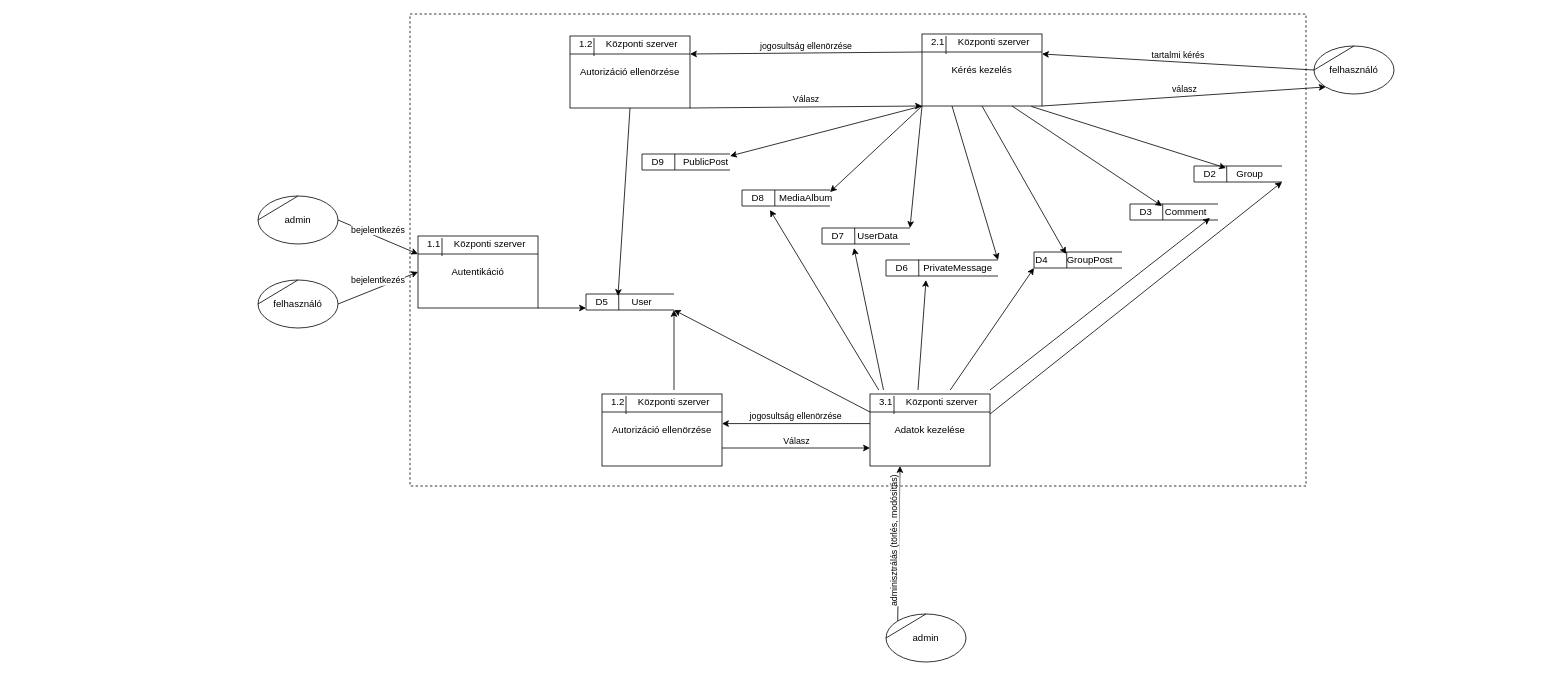
Earlier version of the draw.io diagram documentation/diagrams/adatfolyam 2.drawio (AasinR/post-request). Source tidied: cells renumbered, new cells numbered last; positions are measured from the earlier drawing's top-left corner, leaving out a move shared by most shapes. Both pictures are drawn from the tidied source at 80%, with x=0, y=0 at pixel (258, 14).
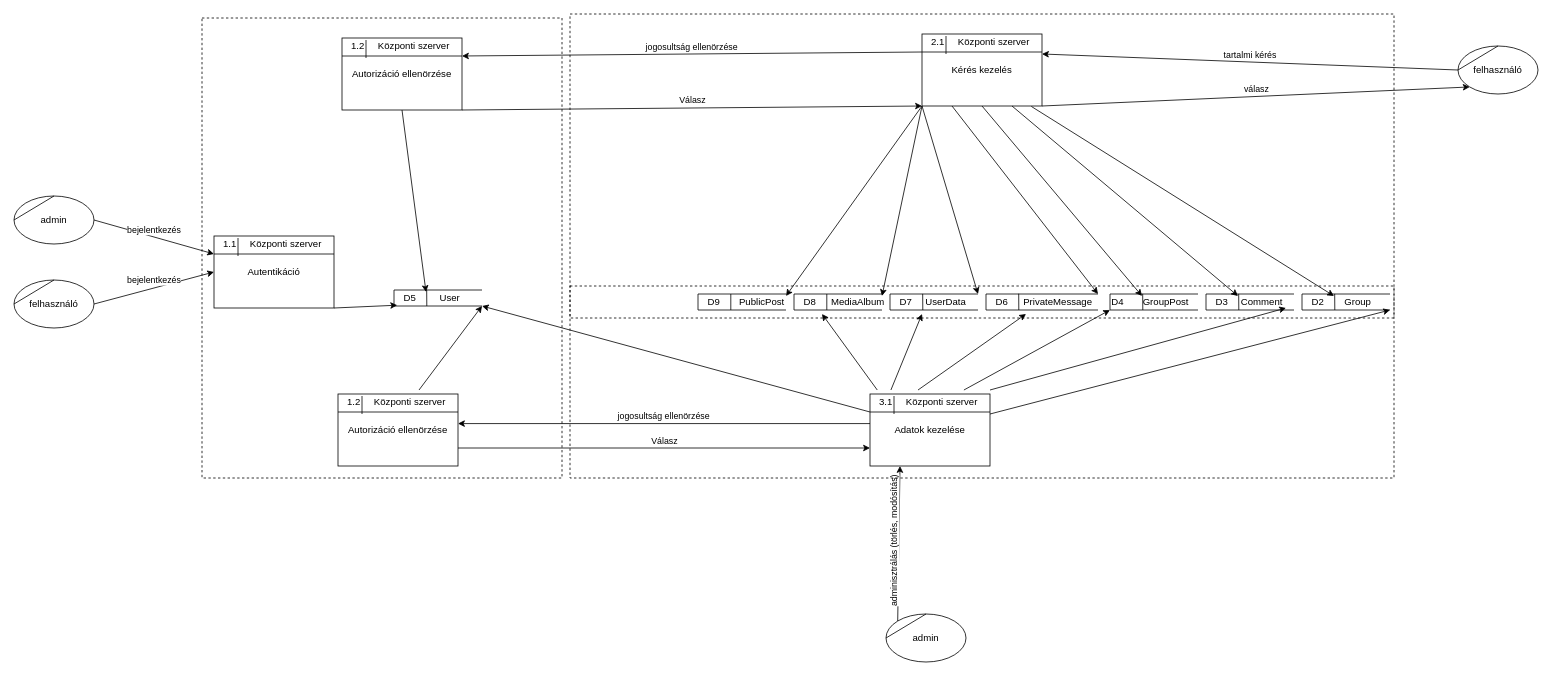
The same diagram, later.

Change to the diagram source:
```diff
@@
     <mxCell id="7" value="&lt;div&gt;felhasználó&lt;/div&gt;" style="ellipse;whiteSpace=wrap;html=1;" parent="1" vertex="1">
-      <mxGeometry x="1320" y="40" width="100" height="60" as="geometry" />
+      <mxGeometry x="1500" y="40" width="100" height="60" as="geometry" />
     </mxCell>
@@
     <mxCell id="9" value="Autorizáció ellenörzése" style="rounded=0;whiteSpace=wrap;html=1;fillColor=default;" parent="1" vertex="1">
-      <mxGeometry x="390" y="27.5" width="150" height="90" as="geometry" />
+      <mxGeometry x="105" y="30" width="150" height="90" as="geometry" />
     </mxCell>
     <mxCell id="10" value="1.2" style="text;html=1;strokeColor=none;fillColor=none;align=center;verticalAlign=middle;whiteSpace=wrap;rounded=0;" parent="1" vertex="1">
-      <mxGeometry x="380" y="22.5" width="60" height="30" as="geometry" />
+      <mxGeometry x="95" y="25" width="60" height="30" as="geometry" />
     </mxCell>
     <mxCell id="11" value="Központi szerver" style="text;html=1;strokeColor=none;fillColor=none;align=center;verticalAlign=middle;whiteSpace=wrap;rounded=0;" parent="1" vertex="1">
-      <mxGeometry x="420" y="22.5" width="120" height="30" as="geometry" />
+      <mxGeometry x="135" y="25" width="120" height="30" as="geometry" />
     </mxCell>
@@
     <mxCell id="16" style="strokeWidth=1;html=1;shape=mxgraph.flowchart.annotation_1;align=left;fillColor=#FFFFFF;" parent="1" vertex="1">
-      <mxGeometry x="785" y="307.5" width="140" height="20" as="geometry" />
+      <mxGeometry x="910" y="350" width="140" height="20" as="geometry" />
     </mxCell>
     <mxCell id="17" style="endArrow=none;html=1;rounded=0;entryX=0.292;entryY=-0.017;entryDx=0;entryDy=0;entryPerimeter=0;" parent="1" edge="1" target="16">
       <mxGeometry relative="1" as="geometry">
-        <mxPoint x="826" y="327.5" as="sourcePoint" />
+        <mxPoint x="951" y="370" as="sourcePoint" />
       </mxGeometry>
     </mxCell>
     <mxCell id="18" value="D6" style="text;html=1;strokeColor=none;fillColor=none;align=center;verticalAlign=middle;whiteSpace=wrap;rounded=0;" parent="1" vertex="1">
-      <mxGeometry x="775" y="302.5" width="60" height="30" as="geometry" />
+      <mxGeometry x="900" y="345" width="60" height="30" as="geometry" />
     </mxCell>
     <mxCell id="19" value="PrivateMessage" style="text;html=1;strokeColor=none;fillColor=none;align=center;verticalAlign=middle;whiteSpace=wrap;rounded=0;" parent="1" vertex="1">
-      <mxGeometry x="845" y="302.5" width="60" height="30" as="geometry" />
+      <mxGeometry x="970" y="345" width="60" height="30" as="geometry" />
     </mxCell>
     <mxCell id="20" style="strokeWidth=1;html=1;shape=mxgraph.flowchart.annotation_1;align=left;fillColor=#FFFFFF;" parent="1" vertex="1">
-      <mxGeometry x="705" y="267.5" width="110" height="20" as="geometry" />
+      <mxGeometry x="790" y="350" width="110" height="20" as="geometry" />
     </mxCell>
     <mxCell id="21" style="endArrow=none;html=1;rounded=0;entryX=0.014;entryY=0.163;entryDx=0;entryDy=0;entryPerimeter=0;" parent="1" edge="1" target="23">
       <mxGeometry relative="1" as="geometry">
-        <mxPoint x="746" y="287.5" as="sourcePoint" />
+        <mxPoint x="831" y="370" as="sourcePoint" />
       </mxGeometry>
     </mxCell>
     <mxCell id="22" value="D7" style="text;html=1;strokeColor=none;fillColor=none;align=center;verticalAlign=middle;whiteSpace=wrap;rounded=0;" parent="1" vertex="1">
-      <mxGeometry x="695" y="262.5" width="60" height="30" as="geometry" />
+      <mxGeometry x="780" y="345" width="60" height="30" as="geometry" />
     </mxCell>
     <mxCell id="23" value="UserData" style="text;html=1;strokeColor=none;fillColor=none;align=center;verticalAlign=middle;whiteSpace=wrap;rounded=0;" parent="1" vertex="1">
-      <mxGeometry x="745" y="262.5" width="60" height="30" as="geometry" />
+      <mxGeometry x="830" y="345" width="60" height="30" as="geometry" />
     </mxCell>
     <mxCell id="24" style="strokeWidth=1;html=1;shape=mxgraph.flowchart.annotation_1;align=left;fillColor=#FFFFFF;" parent="1" vertex="1">
-      <mxGeometry x="605" y="220" width="110" height="20" as="geometry" />
+      <mxGeometry x="670" y="350" width="110" height="20" as="geometry" />
     </mxCell>
     <mxCell id="25" style="endArrow=none;html=1;rounded=0;" parent="1" edge="1">
       <mxGeometry relative="1" as="geometry">
-        <mxPoint x="646" y="240" as="sourcePoint" />
-        <mxPoint x="646" y="220" as="targetPoint" />
+        <mxPoint x="711" y="370" as="sourcePoint" />
+        <mxPoint x="711" y="350" as="targetPoint" />
       </mxGeometry>
     </mxCell>
     <mxCell id="26" value="D8" style="text;html=1;strokeColor=none;fillColor=none;align=center;verticalAlign=middle;whiteSpace=wrap;rounded=0;" parent="1" vertex="1">
-      <mxGeometry x="595" y="215" width="60" height="30" as="geometry" />
+      <mxGeometry x="660" y="345" width="60" height="30" as="geometry" />
     </mxCell>
     <mxCell id="27" value="MediaAlbum" style="text;html=1;strokeColor=none;fillColor=none;align=center;verticalAlign=middle;whiteSpace=wrap;rounded=0;" parent="1" vertex="1">
-      <mxGeometry x="655" y="215" width="60" height="30" as="geometry" />
+      <mxGeometry x="720" y="345" width="60" height="30" as="geometry" />
     </mxCell>
     <mxCell id="28" style="strokeWidth=1;html=1;shape=mxgraph.flowchart.annotation_1;align=left;fillColor=#FFFFFF;" parent="1" vertex="1">
-      <mxGeometry x="480" y="175" width="110" height="20" as="geometry" />
+      <mxGeometry x="550" y="350" width="110" height="20" as="geometry" />
     </mxCell>
     <mxCell id="29" style="endArrow=none;html=1;rounded=0;" parent="1" edge="1">
       <mxGeometry relative="1" as="geometry">
-        <mxPoint x="521" y="195" as="sourcePoint" />
-        <mxPoint x="521" y="175" as="targetPoint" />
+        <mxPoint x="591" y="370" as="sourcePoint" />
+        <mxPoint x="591" y="350" as="targetPoint" />
       </mxGeometry>
     </mxCell>
     <mxCell id="30" value="D9" style="text;html=1;strokeColor=none;fillColor=none;align=center;verticalAlign=middle;whiteSpace=wrap;rounded=0;" parent="1" vertex="1">
-      <mxGeometry x="470" y="170" width="60" height="30" as="geometry" />
+      <mxGeometry x="540" y="345" width="60" height="30" as="geometry" />
     </mxCell>
     <mxCell id="31" value="PublicPost" style="text;html=1;strokeColor=none;fillColor=none;align=center;verticalAlign=middle;whiteSpace=wrap;rounded=0;" parent="1" vertex="1">
-      <mxGeometry x="530" y="170" width="60" height="30" as="geometry" />
+      <mxGeometry x="600" y="345" width="60" height="30" as="geometry" />
     </mxCell>
     <mxCell id="32" style="strokeWidth=1;html=1;shape=mxgraph.flowchart.annotation_1;align=left;fillColor=#FFFFFF;" parent="1" vertex="1">
-      <mxGeometry x="1170" y="190" width="110" height="20" as="geometry" />
+      <mxGeometry x="1305" y="350" width="110" height="20" as="geometry" />
     </mxCell>
     <mxCell id="33" style="endArrow=none;html=1;rounded=0;entryX=0.014;entryY=0.163;entryDx=0;entryDy=0;entryPerimeter=0;" parent="1" edge="1" target="35">
       <mxGeometry relative="1" as="geometry">
-        <mxPoint x="1211" y="210" as="sourcePoint" />
+        <mxPoint x="1346" y="370" as="sourcePoint" />
       </mxGeometry>
     </mxCell>
     <mxCell id="34" value="D2" style="text;html=1;strokeColor=none;fillColor=none;align=center;verticalAlign=middle;whiteSpace=wrap;rounded=0;" parent="1" vertex="1">
-      <mxGeometry x="1160" y="185" width="60" height="30" as="geometry" />
+      <mxGeometry x="1295" y="345" width="60" height="30" as="geometry" />
     </mxCell>
     <mxCell id="35" value="Group" style="text;html=1;strokeColor=none;fillColor=none;align=center;verticalAlign=middle;whiteSpace=wrap;rounded=0;" parent="1" vertex="1">
-      <mxGeometry x="1210" y="185" width="60" height="30" as="geometry" />
+      <mxGeometry x="1345" y="345" width="60" height="30" as="geometry" />
     </mxCell>
     <mxCell id="36" style="strokeWidth=1;html=1;shape=mxgraph.flowchart.annotation_1;align=left;fillColor=#FFFFFF;" parent="1" vertex="1">
-      <mxGeometry x="1090" y="237.5" width="110" height="20" as="geometry" />
+      <mxGeometry x="1185" y="350" width="110" height="20" as="geometry" />
     </mxCell>
     <mxCell id="37" style="endArrow=none;html=1;rounded=0;entryX=0.014;entryY=0.163;entryDx=0;entryDy=0;entryPerimeter=0;" parent="1" edge="1" target="39">
       <mxGeometry relative="1" as="geometry">
-        <mxPoint x="1131" y="257.5" as="sourcePoint" />
+        <mxPoint x="1226" y="370" as="sourcePoint" />
       </mxGeometry>
     </mxCell>
     <mxCell id="38" value="D3" style="text;html=1;strokeColor=none;fillColor=none;align=center;verticalAlign=middle;whiteSpace=wrap;rounded=0;" parent="1" vertex="1">
-      <mxGeometry x="1080" y="232.5" width="60" height="30" as="geometry" />
+      <mxGeometry x="1175" y="345" width="60" height="30" as="geometry" />
     </mxCell>
     <mxCell id="39" value="&lt;div&gt;Comment&lt;/div&gt;" style="text;html=1;strokeColor=none;fillColor=none;align=center;verticalAlign=middle;whiteSpace=wrap;rounded=0;" parent="1" vertex="1">
-      <mxGeometry x="1130" y="232.5" width="60" height="30" as="geometry" />
+      <mxGeometry x="1225" y="345" width="60" height="30" as="geometry" />
     </mxCell>
     <mxCell id="40" value="D4" style="strokeWidth=1;html=1;shape=mxgraph.flowchart.annotation_1;align=left;fillColor=#FFFFFF;" parent="1" vertex="1">
-      <mxGeometry x="970" y="297.5" width="110" height="20" as="geometry" />
+      <mxGeometry x="1065" y="350" width="110" height="20" as="geometry" />
     </mxCell>
     <mxCell id="41" style="endArrow=none;html=1;rounded=0;entryX=0.014;entryY=0.163;entryDx=0;entryDy=0;entryPerimeter=0;" parent="1" edge="1" target="42">
       <mxGeometry relative="1" as="geometry">
-        <mxPoint x="1011" y="317.5" as="sourcePoint" />
+        <mxPoint x="1106" y="370" as="sourcePoint" />
       </mxGeometry>
     </mxCell>
     <mxCell id="42" value="GroupPost" style="text;html=1;strokeColor=none;fillColor=none;align=center;verticalAlign=middle;whiteSpace=wrap;rounded=0;" parent="1" vertex="1">
-      <mxGeometry x="1010" y="292.5" width="60" height="30" as="geometry" />
+      <mxGeometry x="1105" y="345" width="60" height="30" as="geometry" />
     </mxCell>
@@
     <mxCell id="51" style="endArrow=none;html=1;rounded=0;entryX=0.5;entryY=0;entryDx=0;entryDy=0;" parent="1" edge="1" target="7">
       <mxGeometry relative="1" as="geometry">
-        <mxPoint x="1320" y="70" as="sourcePoint" />
+        <mxPoint x="1500" y="70" as="sourcePoint" />
       </mxGeometry>
     </mxCell>
     <mxCell id="52" value="Autentikáció" style="rounded=0;whiteSpace=wrap;html=1;fillColor=default;" parent="1" vertex="1">
-      <mxGeometry x="200" y="277.5" width="150" height="90" as="geometry" />
+      <mxGeometry x="-55" y="277.5" width="150" height="90" as="geometry" />
     </mxCell>
     <mxCell id="53" value="1.1" style="text;html=1;strokeColor=none;fillColor=none;align=center;verticalAlign=middle;whiteSpace=wrap;rounded=0;" parent="1" vertex="1">
-      <mxGeometry x="190" y="272.5" width="60" height="30" as="geometry" />
+      <mxGeometry x="-65" y="272.5" width="60" height="30" as="geometry" />
     </mxCell>
     <mxCell id="54" value="Központi szerver" style="text;html=1;strokeColor=none;fillColor=none;align=center;verticalAlign=middle;whiteSpace=wrap;rounded=0;" parent="1" vertex="1">
-      <mxGeometry x="230" y="272.5" width="120" height="30" as="geometry" />
+      <mxGeometry x="-25" y="272.5" width="120" height="30" as="geometry" />
     </mxCell>
@@
     <mxCell id="57" style="strokeWidth=1;html=1;shape=mxgraph.flowchart.annotation_1;align=left;fillColor=#FFFFFF;" parent="1" vertex="1">
-      <mxGeometry x="410" y="350" width="110" height="20" as="geometry" />
+      <mxGeometry x="170" y="345" width="110" height="20" as="geometry" />
     </mxCell>
     <mxCell id="58" style="endArrow=none;html=1;rounded=0;entryX=0.014;entryY=0.163;entryDx=0;entryDy=0;entryPerimeter=0;" parent="1" edge="1" target="60">
       <mxGeometry relative="1" as="geometry">
-        <mxPoint x="451" y="370" as="sourcePoint" />
+        <mxPoint x="211" y="365" as="sourcePoint" />
       </mxGeometry>
     </mxCell>
     <mxCell id="59" value="D5" style="text;html=1;strokeColor=none;fillColor=none;align=center;verticalAlign=middle;whiteSpace=wrap;rounded=0;" parent="1" vertex="1">
-      <mxGeometry x="400" y="345" width="60" height="30" as="geometry" />
+      <mxGeometry x="160" y="340" width="60" height="30" as="geometry" />
     </mxCell>
     <mxCell id="60" value="User" style="text;html=1;strokeColor=none;fillColor=none;align=center;verticalAlign=middle;whiteSpace=wrap;rounded=0;" parent="1" vertex="1">
-      <mxGeometry x="450" y="345" width="60" height="30" as="geometry" />
+      <mxGeometry x="210" y="340" width="60" height="30" as="geometry" />
     </mxCell>
-    <mxCell id="61" style="endArrow=classic;html=1;rounded=0;entryX=0.167;entryY=0.5;entryDx=0;entryDy=0;entryPerimeter=0;exitX=1;exitY=1;exitDx=0;exitDy=0;" parent="1" edge="1" source="52">
+    <mxCell id="61" style="endArrow=classic;html=1;rounded=0;exitX=1;exitY=1;exitDx=0;exitDy=0;" parent="1" edge="1" source="52">
       <mxGeometry relative="1" as="geometry">
-        <mxPoint x="410" y="367.5" as="targetPoint" />
+        <mxPoint x="174" y="364" as="targetPoint" />
       </mxGeometry>
     </mxCell>
     <mxCell id="62" value="&lt;div&gt;felhasználó&lt;/div&gt;" style="ellipse;whiteSpace=wrap;html=1;" parent="1" vertex="1">
-      <mxGeometry y="332.5" width="100" height="60" as="geometry" />
+      <mxGeometry x="-305" y="332.5" width="100" height="60" as="geometry" />
     </mxCell>
     <mxCell id="63" style="endArrow=none;html=1;rounded=0;entryX=0.5;entryY=0;entryDx=0;entryDy=0;" parent="1" edge="1" target="62">
       <mxGeometry relative="1" as="geometry">
-        <mxPoint y="362.5" as="sourcePoint" />
+        <mxPoint x="-305" y="362.5" as="sourcePoint" />
       </mxGeometry>
     </mxCell>
@@
     <mxCell id="65" value="admin" style="ellipse;whiteSpace=wrap;html=1;" parent="1" vertex="1">
-      <mxGeometry y="227.5" width="100" height="60" as="geometry" />
+      <mxGeometry x="-305" y="227.5" width="100" height="60" as="geometry" />
     </mxCell>
     <mxCell id="66" style="endArrow=none;html=1;rounded=0;entryX=0.5;entryY=0;entryDx=0;entryDy=0;" parent="1" edge="1" target="65">
       <mxGeometry relative="1" as="geometry">
-        <mxPoint y="257.5" as="sourcePoint" />
+        <mxPoint x="-305" y="257.5" as="sourcePoint" />
       </mxGeometry>
     </mxCell>
@@
     <mxCell id="80" value="Autorizáció ellenörzése" style="rounded=0;whiteSpace=wrap;html=1;fillColor=default;" parent="1" vertex="1">
-      <mxGeometry x="430" y="475" width="150" height="90" as="geometry" />
+      <mxGeometry x="100" y="475" width="150" height="90" as="geometry" />
     </mxCell>
     <mxCell id="81" value="1.2" style="text;html=1;strokeColor=none;fillColor=none;align=center;verticalAlign=middle;whiteSpace=wrap;rounded=0;" parent="1" vertex="1">
-      <mxGeometry x="420" y="470" width="60" height="30" as="geometry" />
+      <mxGeometry x="90" y="470" width="60" height="30" as="geometry" />
     </mxCell>
     <mxCell id="82" value="Központi szerver" style="text;html=1;strokeColor=none;fillColor=none;align=center;verticalAlign=middle;whiteSpace=wrap;rounded=0;" parent="1" vertex="1">
-      <mxGeometry x="460" y="470" width="120" height="30" as="geometry" />
+      <mxGeometry x="130" y="470" width="120" height="30" as="geometry" />
     </mxCell>
@@
     <mxCell id="91" style="rounded=0;whiteSpace=wrap;html=1;fontSize=12;strokeWidth=1;fillColor=none;dashed=1;" parent="1" vertex="1">
-      <mxGeometry x="190" width="1120" height="590" as="geometry" />
+      <mxGeometry x="390" y="340" width="1030" height="240" as="geometry" />
     </mxCell>
@@
+    <mxCell id="93" style="rounded=0;whiteSpace=wrap;html=1;fontSize=12;strokeWidth=1;fillColor=none;dashed=1;" parent="1" vertex="1">
+      <mxGeometry x="390" width="1030" height="380" as="geometry" />
+    </mxCell>
+    <mxCell id="94" style="rounded=0;whiteSpace=wrap;html=1;fontSize=12;strokeWidth=1;fillColor=none;dashed=1;" parent="1" vertex="1">
+      <mxGeometry x="-70" y="5" width="450" height="575" as="geometry" />
+    </mxCell>
```
